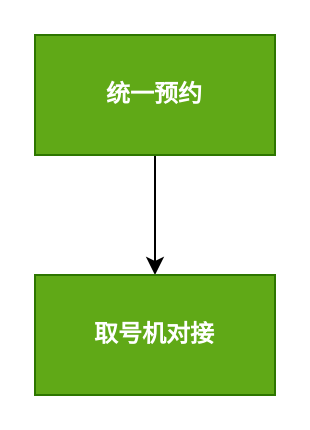
wushanru/design keeps this draw.io diagram as 未命名绘图.drawio. Above is the earlier version. Source tidied: cells renumbered, new cells numbered last; positions are measured from the earlier drawing's top-left corner, leaving out a move shared by most shapes. Both pictures are drawn from the tidied source at 200%, with x=0, y=0 at pixel (34, 34).
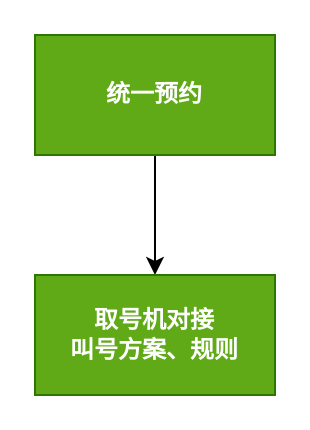
Above is the later version.

Commit message (it also covers changes not shown here):
更新未命名绘图.drawio

What changed in the source:
```diff
@@
 <mxGraphModel>
   <root>
     <mxCell id="0" />
     <mxCell id="1" parent="0" />
     <mxCell id="2" style="edgeStyle=orthogonalEdgeStyle;rounded=0;jettySize=auto;html=1;" parent="1" edge="1" source="3" target="4">
       <mxGeometry relative="1" as="geometry" />
     </mxCell>
     <mxCell id="3" value="&lt;b&gt;统一预约&lt;/b&gt;" style="rounded=0;whiteSpace=wrap;html=1;fillColor=#60a917;fontColor=#ffffff;strokeColor=#2D7600;" parent="1" vertex="1">
       <mxGeometry width="120" height="60" as="geometry" />
     </mxCell>
-    <mxCell id="4" value="&lt;b&gt;取号机对接&lt;/b&gt;" style="rounded=0;whiteSpace=wrap;html=1;fillColor=#60a917;fontColor=#ffffff;strokeColor=#2D7600;" parent="1" vertex="1">
+    <mxCell id="4" value="&lt;b&gt;取号机对接&lt;br&gt;叫号方案、规则&lt;br&gt;&lt;/b&gt;" style="rounded=0;whiteSpace=wrap;html=1;fillColor=#60a917;fontColor=#ffffff;strokeColor=#2D7600;" parent="1" vertex="1">
       <mxGeometry y="120" width="120" height="60" as="geometry" />
     </mxCell>
   </root>
 </mxGraphModel>
```
